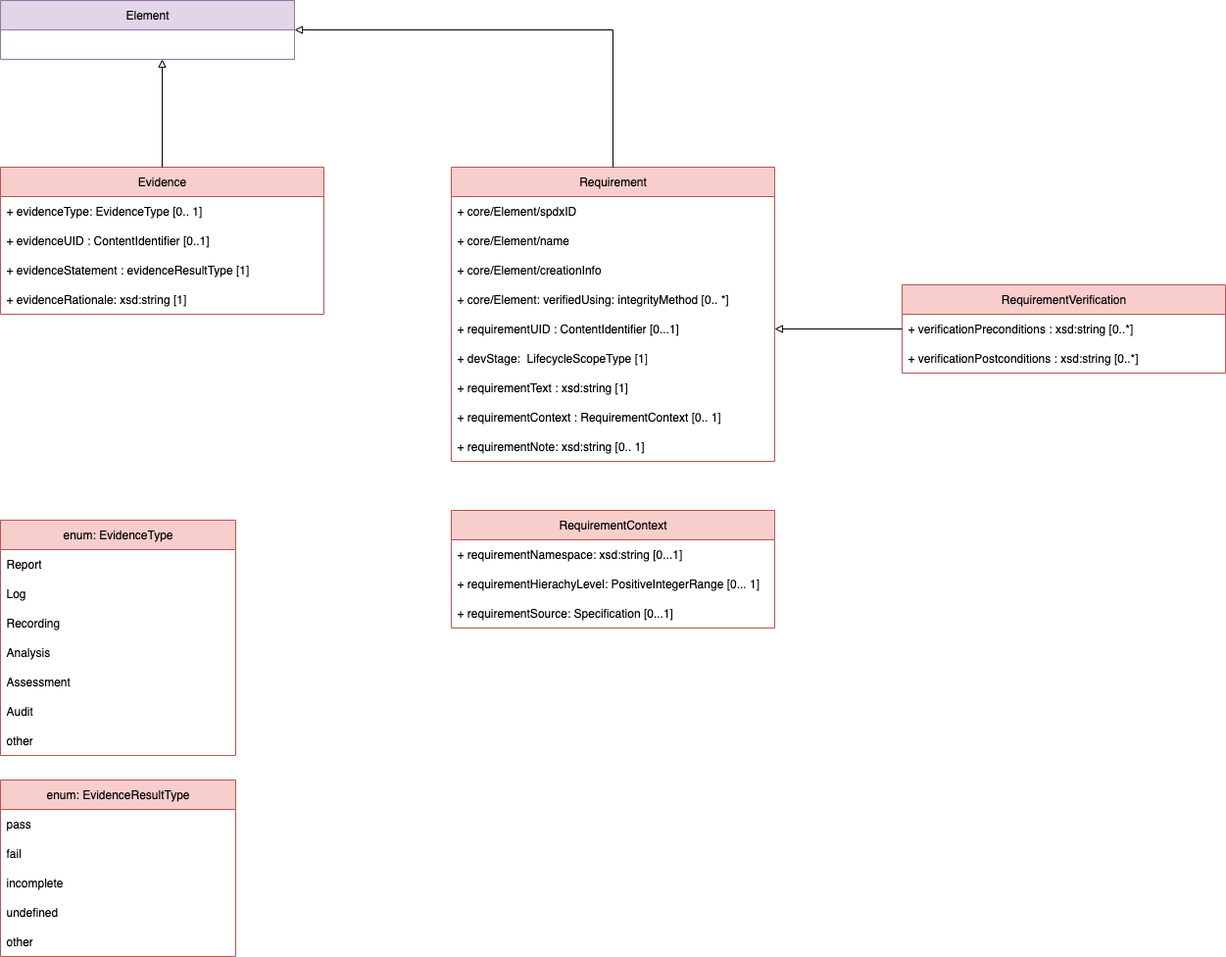
Before: images/model-Safety.png, a diagram exported from draw.io (spdx/spdx-3-model). Source tidied: cells renumbered, new cells last; positions are measured from the earlier drawing's top-left corner, leaving out a move shared by most shapes. Its diagram source:
```xml
<mxGraphModel>
  <root>
    <mxCell id="0" />
    <mxCell id="1" parent="0" />
    <mxCell id="2" value="Requirement" style="swimlane;fontStyle=0;horizontal=1;startSize=30;whiteSpace=wrap;html=1;fillColor=#f8cecc;strokeColor=#b85450;" parent="1" vertex="1">
      <mxGeometry x="460" y="170" width="330" height="300" as="geometry" />
    </mxCell>
    <mxCell id="3" value="+ core/Element/spdxID" style="text;strokeColor=none;fillColor=none;align=left;verticalAlign=middle;spacingLeft=4;spacingRight=4;overflow=hidden;whiteSpace=wrap;html=1;" parent="2" vertex="1">
      <mxGeometry y="30" width="330" height="30" as="geometry" />
    </mxCell>
    <mxCell id="4" value="+ core/Element/name" style="text;strokeColor=none;fillColor=none;align=left;verticalAlign=middle;spacingLeft=4;spacingRight=4;overflow=hidden;whiteSpace=wrap;html=1;" parent="2" vertex="1">
      <mxGeometry y="60" width="330" height="30" as="geometry" />
    </mxCell>
    <mxCell id="5" value="+ core/Element/creationInfo" style="text;strokeColor=none;fillColor=none;align=left;verticalAlign=middle;spacingLeft=4;spacingRight=4;overflow=hidden;whiteSpace=wrap;html=1;" parent="2" vertex="1">
      <mxGeometry y="90" width="330" height="30" as="geometry" />
    </mxCell>
    <mxCell id="6" value="&lt;font style=&quot;&quot;&gt;+ core/Element: verifiedUsing: integrityMethod [0.. *]&lt;/font&gt;" style="text;strokeColor=none;fillColor=none;align=left;verticalAlign=middle;spacingLeft=4;spacingRight=4;overflow=hidden;whiteSpace=wrap;html=1;fontColor=default;" parent="2" vertex="1">
      <mxGeometry y="120" width="330" height="30" as="geometry" />
    </mxCell>
    <mxCell id="7" value="&lt;font&gt;+ &lt;font style=&quot;&quot;&gt;requirementUID :&amp;nbsp;&lt;span style=&quot;&quot;&gt;ContentIdentifier [0...1]&lt;/span&gt;&lt;/font&gt;&lt;/font&gt;" style="text;strokeColor=none;fillColor=none;align=left;verticalAlign=middle;spacingLeft=4;spacingRight=4;overflow=hidden;points=[[0,0.5],[1,0.5]];portConstraint=eastwest;whiteSpace=wrap;html=1;fontColor=#000000;" parent="2" vertex="1">
      <mxGeometry y="150" width="330" height="30" as="geometry" />
    </mxCell>
    <mxCell id="8" value="+ devStage:&amp;nbsp;&lt;font style=&quot;&quot;&gt;&amp;nbsp;&lt;font style=&quot;&quot;&gt;LifecycleScopeType [1]&lt;/font&gt;&lt;/font&gt;" style="text;strokeColor=none;fillColor=none;align=left;verticalAlign=middle;spacingLeft=4;spacingRight=4;overflow=hidden;whiteSpace=wrap;html=1;fontColor=#000000;" parent="2" vertex="1">
      <mxGeometry y="180" width="330" height="30" as="geometry" />
    </mxCell>
    <mxCell id="9" value="+ requirementText : xsd:string [1]" style="text;strokeColor=none;fillColor=none;align=left;verticalAlign=middle;spacingLeft=4;spacingRight=4;overflow=hidden;whiteSpace=wrap;html=1;" parent="2" vertex="1">
      <mxGeometry y="210" width="330" height="30" as="geometry" />
    </mxCell>
    <mxCell id="10" value="&lt;font&gt;&lt;font style=&quot;color: rgb(0, 0, 0);&quot;&gt;+ requirementContext : &lt;/font&gt;&lt;font style=&quot;color: rgb(0, 0, 0);&quot;&gt;RequirementContext&lt;/font&gt;&lt;/font&gt;&lt;span style=&quot;color: light-dark(rgb(0, 0, 0), rgb(237, 237, 237)); background-color: transparent;&quot;&gt;&amp;nbsp;[0.. 1]&lt;/span&gt;" style="text;strokeColor=none;fillColor=none;align=left;verticalAlign=middle;spacingLeft=4;spacingRight=4;overflow=hidden;whiteSpace=wrap;html=1;" parent="2" vertex="1">
      <mxGeometry y="240" width="330" height="30" as="geometry" />
    </mxCell>
    <mxCell id="11" value="&lt;font style=&quot;color: rgb(0, 0, 0);&quot;&gt;+ requirementNote: xsd:string [0.. 1]&amp;nbsp;&lt;/font&gt;" style="text;strokeColor=none;fillColor=none;align=left;verticalAlign=middle;spacingLeft=4;spacingRight=4;overflow=hidden;whiteSpace=wrap;html=1;" parent="2" vertex="1">
      <mxGeometry y="270" width="330" height="30" as="geometry" />
    </mxCell>
    <mxCell id="12" value="Element" style="swimlane;fontStyle=0;horizontal=1;startSize=30;whiteSpace=wrap;html=1;fillColor=#e1d5e7;strokeColor=#9673a6;" parent="1" vertex="1">
      <mxGeometry width="300" height="60" as="geometry" />
    </mxCell>
    <mxCell id="13" value="RequirementContext" style="swimlane;fontStyle=0;horizontal=1;startSize=30;whiteSpace=wrap;html=1;fillColor=#f8cecc;strokeColor=#b85450;" parent="1" vertex="1">
      <mxGeometry x="460" y="520" width="330" height="120" as="geometry" />
    </mxCell>
    <mxCell id="14" value="+ requirementNamespace: xsd:string [0...1]" style="text;strokeColor=none;fillColor=none;align=left;verticalAlign=middle;spacingLeft=4;spacingRight=4;overflow=hidden;whiteSpace=wrap;html=1;" parent="13" vertex="1">
      <mxGeometry y="30" width="330" height="30" as="geometry" />
    </mxCell>
    <mxCell id="15" value="+ requirementHierachyLevel: PositiveIntegerRange [0... 1]" style="text;strokeColor=none;fillColor=none;align=left;verticalAlign=middle;spacingLeft=4;spacingRight=4;overflow=hidden;whiteSpace=wrap;html=1;" parent="13" vertex="1">
      <mxGeometry y="60" width="330" height="30" as="geometry" />
    </mxCell>
    <mxCell id="16" value="+ requirementSource: Specification [0...1]" style="text;strokeColor=none;fillColor=none;align=left;verticalAlign=middle;spacingLeft=4;spacingRight=4;overflow=hidden;whiteSpace=wrap;html=1;" parent="13" vertex="1">
      <mxGeometry y="90" width="330" height="30" as="geometry" />
    </mxCell>
    <mxCell id="17" style="endArrow=block;html=1;rounded=0;entryX=1;entryY=0.5;entryDx=0;entryDy=0;exitX=0.5;exitY=0;exitDx=0;exitDy=0;endFill=0;" parent="1" edge="1" source="2" target="12">
      <mxGeometry relative="1" as="geometry">
        <Array as="points">
          <mxPoint x="625" y="30" />
        </Array>
      </mxGeometry>
    </mxCell>
    <mxCell id="18" value="RequirementVerification" style="swimlane;fontStyle=0;horizontal=1;startSize=30;whiteSpace=wrap;html=1;fillColor=#f8cecc;strokeColor=#b85450;" parent="1" vertex="1">
      <mxGeometry x="920" y="290" width="330" height="90" as="geometry" />
    </mxCell>
    <mxCell id="19" value="+ verificationPreconditions : xsd:string [0..*]" style="text;strokeColor=none;fillColor=none;align=left;verticalAlign=middle;spacingLeft=4;spacingRight=4;overflow=hidden;points=[[0,0.5],[1,0.5]];portConstraint=eastwest;whiteSpace=wrap;html=1;" parent="18" vertex="1">
      <mxGeometry y="30" width="330" height="30" as="geometry" />
    </mxCell>
    <mxCell id="20" value="+ verificationPostconditions : xsd:string [0..*]" style="text;strokeColor=none;fillColor=none;align=left;verticalAlign=middle;spacingLeft=4;spacingRight=4;overflow=hidden;whiteSpace=wrap;html=1;" parent="18" vertex="1">
      <mxGeometry y="60" width="330" height="30" as="geometry" />
    </mxCell>
    <mxCell id="21" style="endArrow=block;html=1;rounded=0;entryX=1;entryY=0.5;entryDx=0;entryDy=0;endFill=0;exitX=0;exitY=0.5;exitDx=0;exitDy=0;" parent="1" edge="1" source="19" target="7">
      <mxGeometry relative="1" as="geometry" />
    </mxCell>
    <mxCell id="22" value="Evidence" style="swimlane;fontStyle=0;horizontal=1;startSize=30;whiteSpace=wrap;html=1;fillColor=#f8cecc;strokeColor=#b85450;" parent="1" vertex="1">
      <mxGeometry y="170" width="330" height="150" as="geometry" />
    </mxCell>
    <mxCell id="23" value="+ evidenceType: EvidenceType [0.. 1]&amp;nbsp;" style="text;strokeColor=none;fillColor=none;align=left;verticalAlign=middle;spacingLeft=4;spacingRight=4;overflow=hidden;whiteSpace=wrap;html=1;" parent="22" vertex="1">
      <mxGeometry y="30" width="330" height="30" as="geometry" />
    </mxCell>
    <mxCell id="24" value="+ evidenceUID :&amp;nbsp;&lt;span&gt;&lt;font style=&quot;&quot;&gt;ContentIdentifier [0..1]&lt;/font&gt;&lt;/span&gt;" style="text;strokeColor=none;fillColor=none;align=left;verticalAlign=middle;spacingLeft=4;spacingRight=4;overflow=hidden;whiteSpace=wrap;html=1;fontColor=#000000;" parent="22" vertex="1">
      <mxGeometry y="60" width="330" height="30" as="geometry" />
    </mxCell>
    <mxCell id="25" value="&lt;font style=&quot;&quot;&gt;+ evidenceStatement :&lt;/font&gt; &lt;font style=&quot;&quot;&gt;evidenceResultType [1]&lt;/font&gt;" style="text;strokeColor=none;fillColor=none;align=left;verticalAlign=middle;spacingLeft=4;spacingRight=4;overflow=hidden;whiteSpace=wrap;html=1;fontColor=#000000;" parent="22" vertex="1">
      <mxGeometry y="90" width="330" height="30" as="geometry" />
    </mxCell>
    <mxCell id="26" value="+ evidenceRationale: xsd:string [1]&amp;nbsp;" style="text;strokeColor=none;fillColor=none;align=left;verticalAlign=middle;spacingLeft=4;spacingRight=4;overflow=hidden;whiteSpace=wrap;html=1;" parent="22" vertex="1">
      <mxGeometry y="120" width="330" height="30" as="geometry" />
    </mxCell>
    <mxCell id="27" style="endArrow=block;html=1;rounded=0;endFill=0;exitX=0.5;exitY=0;exitDx=0;exitDy=0;" parent="1" edge="1" source="22">
      <mxGeometry relative="1" as="geometry">
        <mxPoint x="165" y="60" as="targetPoint" />
      </mxGeometry>
    </mxCell>
    <mxCell id="28" value="enum: EvidenceType" style="swimlane;fontStyle=0;horizontal=1;startSize=30;whiteSpace=wrap;html=1;fillColor=#f8cecc;strokeColor=#b85450;" parent="1" vertex="1">
      <mxGeometry y="530" width="240" height="240" as="geometry" />
    </mxCell>
    <mxCell id="29" value="Report" style="text;strokeColor=none;fillColor=none;align=left;verticalAlign=middle;spacingLeft=4;spacingRight=4;overflow=hidden;whiteSpace=wrap;html=1;" parent="28" vertex="1">
      <mxGeometry y="30" width="240" height="30" as="geometry" />
    </mxCell>
    <mxCell id="30" value="Log" style="text;strokeColor=none;fillColor=none;align=left;verticalAlign=middle;spacingLeft=4;spacingRight=4;overflow=hidden;whiteSpace=wrap;html=1;" parent="28" vertex="1">
      <mxGeometry y="60" width="240" height="30" as="geometry" />
    </mxCell>
    <mxCell id="31" value="Recording" style="text;strokeColor=none;fillColor=none;align=left;verticalAlign=middle;spacingLeft=4;spacingRight=4;overflow=hidden;whiteSpace=wrap;html=1;" parent="28" vertex="1">
      <mxGeometry y="90" width="240" height="30" as="geometry" />
    </mxCell>
    <mxCell id="32" value="Analysis" style="text;strokeColor=none;fillColor=none;align=left;verticalAlign=middle;spacingLeft=4;spacingRight=4;overflow=hidden;whiteSpace=wrap;html=1;" parent="28" vertex="1">
      <mxGeometry y="120" width="240" height="30" as="geometry" />
    </mxCell>
    <mxCell id="33" value="Assessment" style="text;strokeColor=none;fillColor=none;align=left;verticalAlign=middle;spacingLeft=4;spacingRight=4;overflow=hidden;whiteSpace=wrap;html=1;" parent="28" vertex="1">
      <mxGeometry y="150" width="240" height="30" as="geometry" />
    </mxCell>
    <mxCell id="34" value="Audit" style="text;strokeColor=none;fillColor=none;align=left;verticalAlign=middle;spacingLeft=4;spacingRight=4;overflow=hidden;whiteSpace=wrap;html=1;" parent="28" vertex="1">
      <mxGeometry y="180" width="240" height="30" as="geometry" />
    </mxCell>
    <mxCell id="35" value="other" style="text;strokeColor=none;fillColor=none;align=left;verticalAlign=middle;spacingLeft=4;spacingRight=4;overflow=hidden;whiteSpace=wrap;html=1;" parent="28" vertex="1">
      <mxGeometry y="210" width="240" height="30" as="geometry" />
    </mxCell>
    <mxCell id="36" value="enum: EvidenceResultType" style="swimlane;fontStyle=0;horizontal=1;startSize=30;whiteSpace=wrap;html=1;fillColor=#f8cecc;strokeColor=#b85450;" parent="1" vertex="1">
      <mxGeometry y="795" width="240" height="180" as="geometry" />
    </mxCell>
    <mxCell id="37" value="pass" style="text;strokeColor=none;fillColor=none;align=left;verticalAlign=middle;spacingLeft=4;spacingRight=4;overflow=hidden;whiteSpace=wrap;html=1;" parent="36" vertex="1">
      <mxGeometry y="30" width="240" height="30" as="geometry" />
    </mxCell>
    <mxCell id="38" value="fail" style="text;strokeColor=none;fillColor=none;align=left;verticalAlign=middle;spacingLeft=4;spacingRight=4;overflow=hidden;whiteSpace=wrap;html=1;" parent="36" vertex="1">
      <mxGeometry y="60" width="240" height="30" as="geometry" />
    </mxCell>
    <mxCell id="39" value="incomplete" style="text;strokeColor=none;fillColor=none;align=left;verticalAlign=middle;spacingLeft=4;spacingRight=4;overflow=hidden;whiteSpace=wrap;html=1;" parent="36" vertex="1">
      <mxGeometry y="90" width="240" height="30" as="geometry" />
    </mxCell>
    <mxCell id="40" value="undefined&lt;span style=&quot;white-space: pre;&quot;&gt;&#9;&lt;/span&gt;&lt;span style=&quot;white-space: pre;&quot;&gt;&#9;&lt;/span&gt;" style="text;strokeColor=none;fillColor=none;align=left;verticalAlign=middle;spacingLeft=4;spacingRight=4;overflow=hidden;whiteSpace=wrap;html=1;" parent="36" vertex="1">
      <mxGeometry y="120" width="240" height="30" as="geometry" />
    </mxCell>
    <mxCell id="41" value="other" style="text;strokeColor=none;fillColor=none;align=left;verticalAlign=middle;spacingLeft=4;spacingRight=4;overflow=hidden;whiteSpace=wrap;html=1;" parent="36" vertex="1">
      <mxGeometry y="150" width="240" height="30" as="geometry" />
    </mxCell>
  </root>
</mxGraphModel>
```
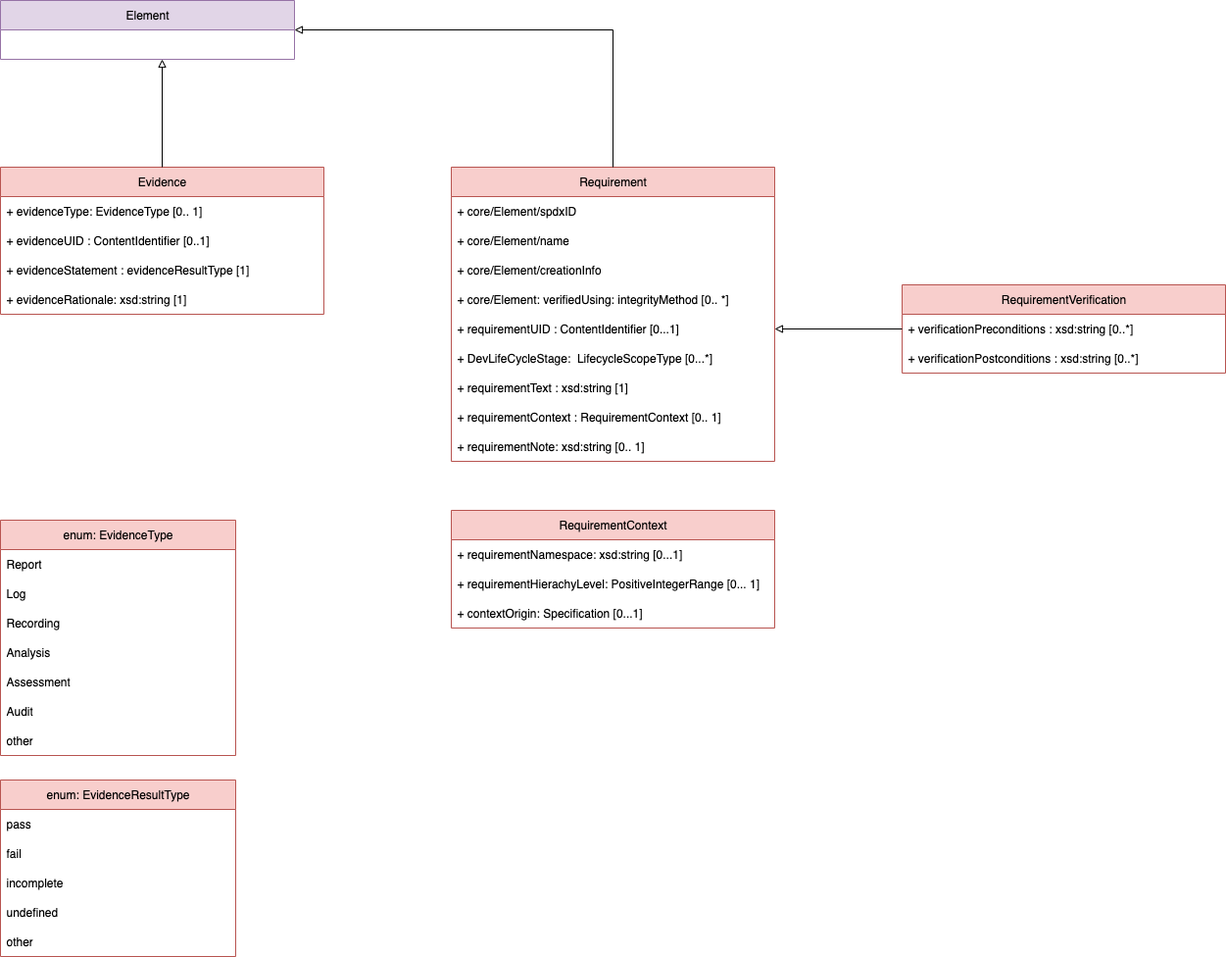
Above is the later version.

The edit, as a diff of the source:
```diff
@@ -20,7 +20,7 @@
     <mxCell id="7" value="&lt;font&gt;+ &lt;font style=&quot;&quot;&gt;requirementUID :&amp;nbsp;&lt;span style=&quot;&quot;&gt;ContentIdentifier [0...1]&lt;/span&gt;&lt;/font&gt;&lt;/font&gt;" style="text;strokeColor=none;fillColor=none;align=left;verticalAlign=middle;spacingLeft=4;spacingRight=4;overflow=hidden;points=[[0,0.5],[1,0.5]];portConstraint=eastwest;whiteSpace=wrap;html=1;fontColor=#000000;" parent="2" vertex="1">
       <mxGeometry y="150" width="330" height="30" as="geometry" />
     </mxCell>
-    <mxCell id="8" value="+ devStage:&amp;nbsp;&lt;font style=&quot;&quot;&gt;&amp;nbsp;&lt;font style=&quot;&quot;&gt;LifecycleScopeType [1]&lt;/font&gt;&lt;/font&gt;" style="text;strokeColor=none;fillColor=none;align=left;verticalAlign=middle;spacingLeft=4;spacingRight=4;overflow=hidden;whiteSpace=wrap;html=1;fontColor=#000000;" parent="2" vertex="1">
+    <mxCell id="8" value="+ Dev&lt;span&gt;LifeCycleStage&lt;/span&gt;:&amp;nbsp;&lt;font style=&quot;&quot;&gt;&amp;nbsp;&lt;font style=&quot;&quot;&gt;LifecycleScopeType [0...*]&lt;/font&gt;&lt;/font&gt;" style="text;strokeColor=none;fillColor=none;align=left;verticalAlign=middle;spacingLeft=4;spacingRight=4;overflow=hidden;whiteSpace=wrap;html=1;fontColor=#000000;fontStyle=0;" parent="2" vertex="1">
       <mxGeometry y="180" width="330" height="30" as="geometry" />
     </mxCell>
     <mxCell id="9" value="+ requirementText : xsd:string [1]" style="text;strokeColor=none;fillColor=none;align=left;verticalAlign=middle;spacingLeft=4;spacingRight=4;overflow=hidden;whiteSpace=wrap;html=1;" parent="2" vertex="1">
@@ -44,7 +44,7 @@
     <mxCell id="15" value="+ requirementHierachyLevel: PositiveIntegerRange [0... 1]" style="text;strokeColor=none;fillColor=none;align=left;verticalAlign=middle;spacingLeft=4;spacingRight=4;overflow=hidden;whiteSpace=wrap;html=1;" parent="13" vertex="1">
       <mxGeometry y="60" width="330" height="30" as="geometry" />
     </mxCell>
-    <mxCell id="16" value="+ requirementSource: Specification [0...1]" style="text;strokeColor=none;fillColor=none;align=left;verticalAlign=middle;spacingLeft=4;spacingRight=4;overflow=hidden;whiteSpace=wrap;html=1;" parent="13" vertex="1">
+    <mxCell id="16" value="+&amp;nbsp;contextOrigin: Specification [0...1]" style="text;strokeColor=none;fillColor=none;align=left;verticalAlign=middle;spacingLeft=4;spacingRight=4;overflow=hidden;whiteSpace=wrap;html=1;" parent="13" vertex="1">
       <mxGeometry y="90" width="330" height="30" as="geometry" />
     </mxCell>
     <mxCell id="17" style="endArrow=block;html=1;rounded=0;entryX=1;entryY=0.5;entryDx=0;entryDy=0;exitX=0.5;exitY=0;exitDx=0;exitDy=0;endFill=0;" parent="1" edge="1" source="2" target="12">
```
